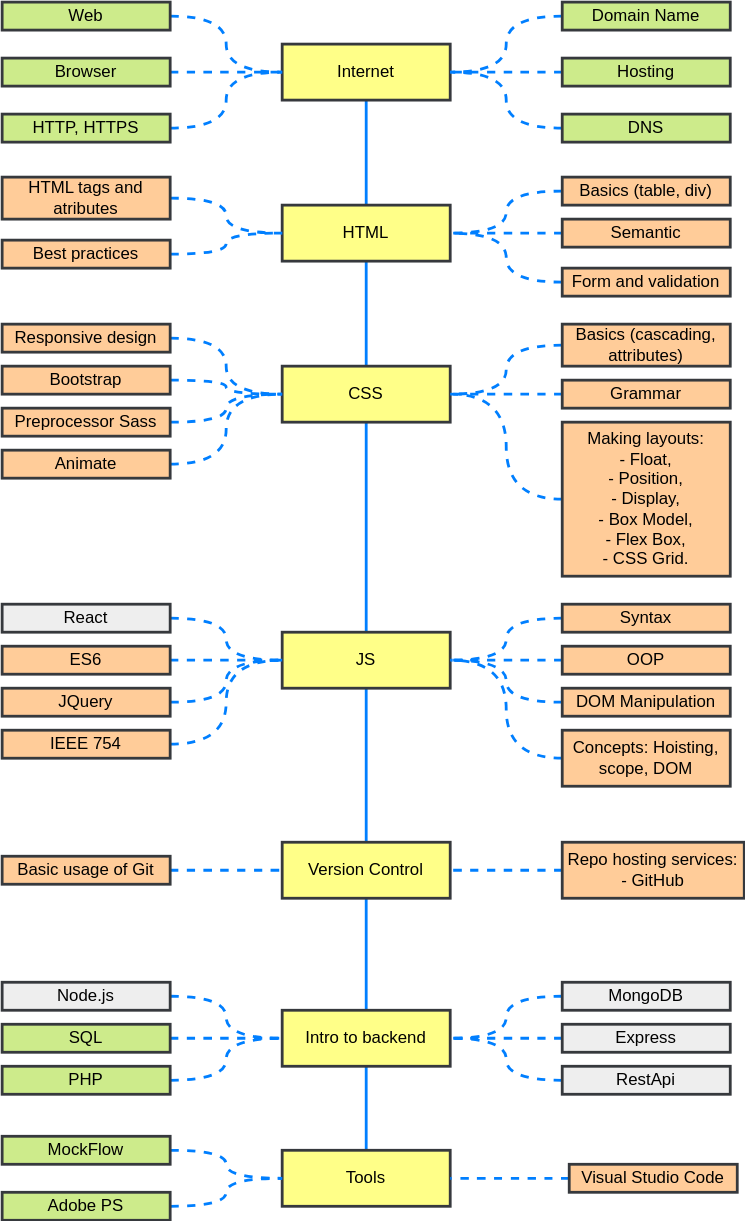
Above: frontend-roadmap/frontendDiagram.svg in dczerniawko/dczerniawko.github.io (draw.io), before the change. Source tidied: cells renumbered, new cells last; positions are measured from the earlier drawing's top-left corner, leaving out a move shared by most shapes.
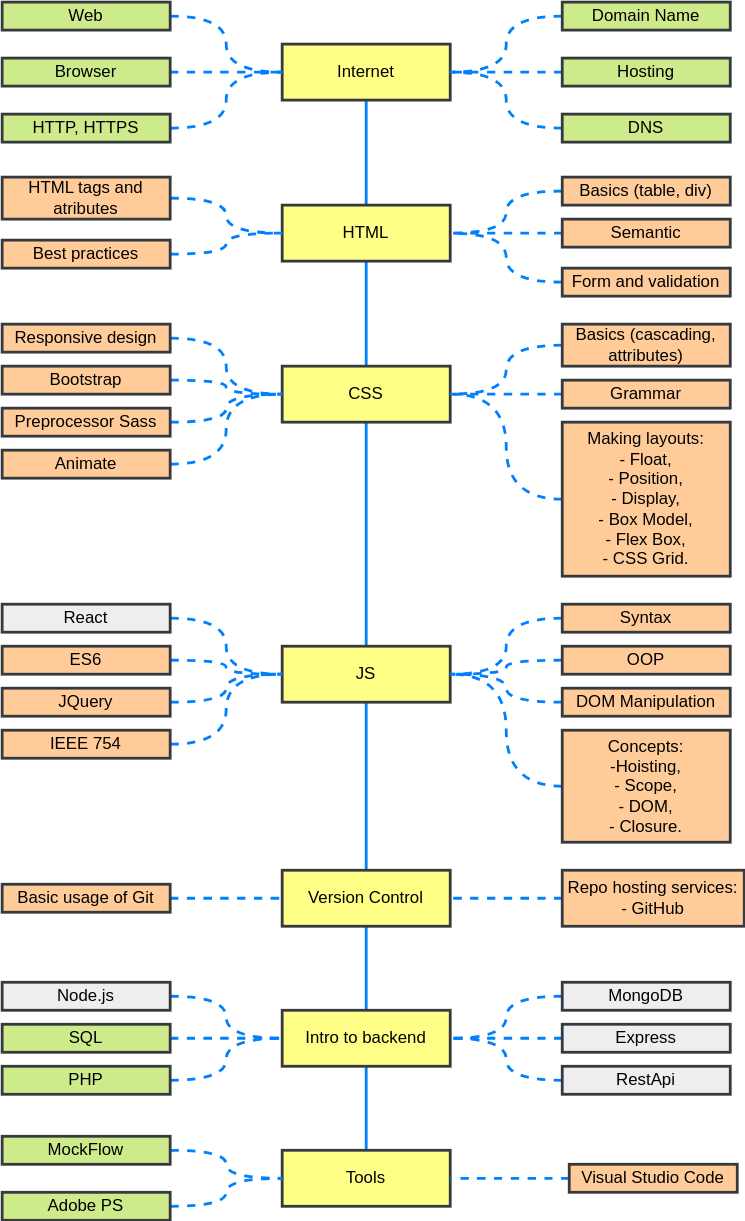
Above is the later version.

The edit, as a diff of the source:
```diff
@@ -24,13 +24,13 @@
       <mxGeometry relative="1" as="geometry" />
     </mxCell>
     <mxCell id="9" value="JS" style="rounded=0;whiteSpace=wrap;html=1;strokeWidth=2;fillColor=#ffff88;strokeColor=#36393d;" parent="1" vertex="1">
-      <mxGeometry x="200" y="450" width="120" height="40" as="geometry" />
+      <mxGeometry x="200" y="460" width="120" height="40" as="geometry" />
     </mxCell>
     <mxCell id="10" style="edgeStyle=orthogonalEdgeStyle;curved=1;jettySize=auto;html=1;endArrow=none;endFill=0;entryX=0.5;entryY=0;entryDx=0;entryDy=0;strokeWidth=2;strokeColor=#007FFF;" parent="1" edge="1" source="11" target="13">
       <mxGeometry relative="1" as="geometry" />
     </mxCell>
     <mxCell id="11" value="Version Control" style="rounded=0;whiteSpace=wrap;html=1;strokeWidth=2;fillColor=#ffff88;strokeColor=#36393d;" parent="1" vertex="1">
-      <mxGeometry x="200" y="600" width="120" height="40" as="geometry" />
+      <mxGeometry x="200" y="620" width="120" height="40" as="geometry" />
     </mxCell>
     <mxCell id="12" style="edgeStyle=orthogonalEdgeStyle;curved=1;jettySize=auto;html=1;endArrow=none;endFill=0;entryX=0.5;entryY=0;entryDx=0;entryDy=0;strokeWidth=2;strokeColor=#007FFF;" parent="1" edge="1" source="13" target="14">
       <mxGeometry relative="1" as="geometry" />
@@ -176,8 +176,8 @@
     <mxCell id="59" style="edgeStyle=orthogonalEdgeStyle;curved=1;jettySize=auto;html=1;entryX=1;entryY=0.5;entryDx=0;entryDy=0;dashed=1;endArrow=none;endFill=0;strokeColor=#007FFF;strokeWidth=2;" parent="1" edge="1" source="60" target="9">
       <mxGeometry relative="1" as="geometry" />
     </mxCell>
-    <mxCell id="60" value="Concepts: Hoisting, scope, DOM" style="rounded=0;whiteSpace=wrap;html=1;strokeWidth=2;fillColor=#ffcc99;strokeColor=#36393d;" parent="1" vertex="1">
-      <mxGeometry x="400" y="520" width="120" height="40" as="geometry" />
+    <mxCell id="60" value="&lt;div&gt;Concepts: &lt;br&gt;&lt;/div&gt;&lt;div&gt;-Hoisting, &lt;br&gt;&lt;/div&gt;&lt;div&gt;- Scope,&lt;/div&gt;&lt;div&gt; - DOM, &lt;br&gt;&lt;/div&gt;&lt;div&gt;- Closure.&lt;/div&gt;" style="rounded=0;whiteSpace=wrap;html=1;strokeWidth=2;fillColor=#ffcc99;strokeColor=#36393d;" parent="1" vertex="1">
+      <mxGeometry x="400" y="520" width="120" height="80" as="geometry" />
     </mxCell>
     <mxCell id="61" style="edgeStyle=orthogonalEdgeStyle;curved=1;jettySize=auto;html=1;entryX=1;entryY=0.5;entryDx=0;entryDy=0;dashed=1;endArrow=none;endFill=0;strokeColor=#007FFF;strokeWidth=2;" parent="1" edge="1" source="62" target="9">
       <mxGeometry relative="1" as="geometry" />
@@ -201,13 +201,13 @@
       <mxGeometry relative="1" as="geometry" />
     </mxCell>
     <mxCell id="68" value="Basic usage of Git" style="rounded=0;whiteSpace=wrap;html=1;strokeWidth=2;fillColor=#ffcc99;strokeColor=#36393d;" parent="1" vertex="1">
-      <mxGeometry y="610" width="120" height="20" as="geometry" />
+      <mxGeometry y="630" width="120" height="20" as="geometry" />
     </mxCell>
     <mxCell id="69" style="edgeStyle=orthogonalEdgeStyle;curved=1;jettySize=auto;html=1;entryX=1;entryY=0.5;entryDx=0;entryDy=0;dashed=1;endArrow=none;endFill=0;strokeColor=#007FFF;strokeWidth=2;" parent="1" edge="1" source="70" target="11">
       <mxGeometry relative="1" as="geometry" />
     </mxCell>
     <mxCell id="70" value="&lt;div&gt;Repo hosting services:&lt;/div&gt;&lt;div&gt;- GitHub&lt;br&gt;&lt;/div&gt;" style="rounded=0;whiteSpace=wrap;html=1;strokeWidth=2;fillColor=#ffcc99;strokeColor=#36393d;" parent="1" vertex="1">
-      <mxGeometry x="400" y="600" width="130" height="40" as="geometry" />
+      <mxGeometry x="400" y="620" width="130" height="40" as="geometry" />
     </mxCell>
     <mxCell id="71" style="edgeStyle=orthogonalEdgeStyle;curved=1;jettySize=auto;html=1;entryX=1;entryY=0.5;entryDx=0;entryDy=0;dashed=1;endArrow=none;endFill=0;strokeColor=#007FFF;strokeWidth=2;" parent="1" edge="1" source="72" target="13">
       <mxGeometry relative="1" as="geometry" />
```
